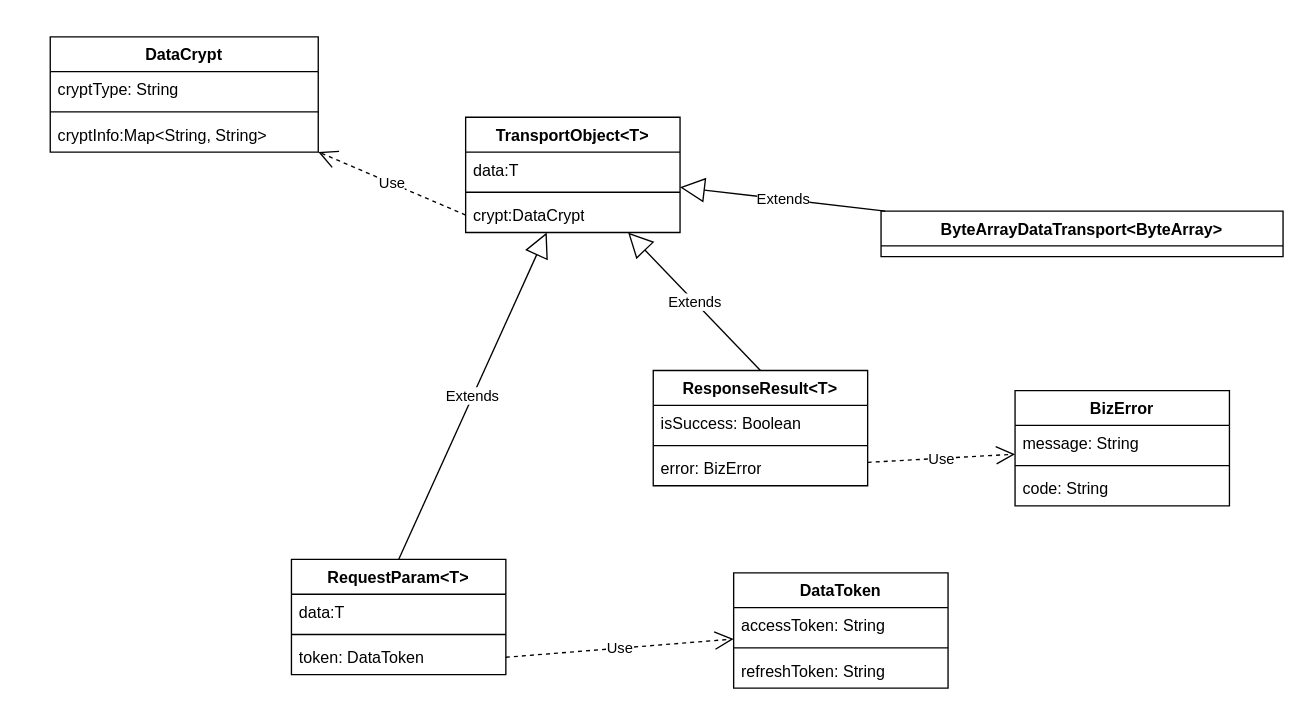
The draw.io diagram data_crypt.drawio in GhostMouse7369/drawio, before the edit. Source tidied: cells renumbered, new cells numbered last; positions are measured from the earlier drawing's top-left corner, leaving out a move shared by most shapes. Both pictures are drawn from the tidied source at 134%, with x=0, y=0 at pixel (50, 36).
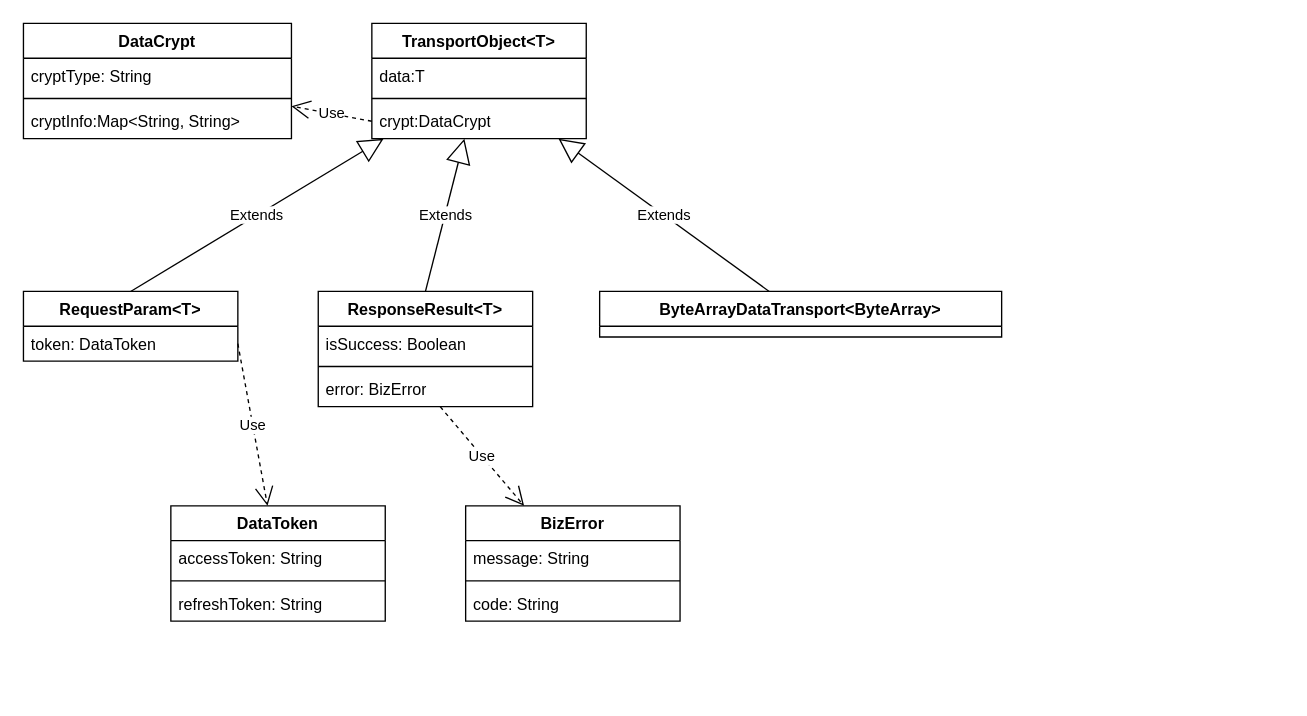
After the change.

Diff of the diagram source:
```diff
@@
     <mxCell id="2" value="TransportObject&amp;lt;T&amp;gt;" style="swimlane;fontStyle=1;align=center;verticalAlign=top;horizontal=1;startSize=26;whiteSpace=wrap;html=1;" parent="1" vertex="1">
-      <mxGeometry x="310" y="60" width="160" height="86" as="geometry" />
+      <mxGeometry x="240" y="-10" width="160" height="86" as="geometry" />
     </mxCell>
@@
     <mxCell id="6" value="DataCrypt" style="swimlane;fontStyle=1;align=center;verticalAlign=top;horizontal=1;startSize=26;whiteSpace=wrap;html=1;" parent="1" vertex="1">
-      <mxGeometry width="200" height="86" as="geometry" />
+      <mxGeometry x="-20" y="-10" width="200" height="86" as="geometry" />
     </mxCell>
@@
     <mxCell id="10" value="ResponseResult&amp;lt;T&amp;gt;" style="swimlane;fontStyle=1;align=center;verticalAlign=top;horizontal=1;startSize=26;whiteSpace=wrap;html=1;" parent="1" vertex="1">
-      <mxGeometry x="450" y="249" width="160" height="86" as="geometry" />
+      <mxGeometry x="200" y="190" width="160" height="86" as="geometry" />
     </mxCell>
@@
     <mxCell id="14" value="RequestParam&amp;lt;T&amp;gt;" style="swimlane;fontStyle=1;align=center;verticalAlign=top;horizontal=1;startSize=26;whiteSpace=wrap;html=1;" parent="1" vertex="1">
-      <mxGeometry x="180" y="390" width="160" height="86" as="geometry" />
+      <mxGeometry x="-20" y="190" width="160" height="52" as="geometry" />
     </mxCell>
-    <mxCell id="15" value="data:T" style="text;strokeColor=none;fillColor=none;align=left;verticalAlign=top;spacingLeft=4;spacingRight=4;overflow=hidden;whiteSpace=wrap;html=1;" parent="14" vertex="1">
-      <mxGeometry y="26" width="160" height="26" as="geometry" />
-    </mxCell>
-    <mxCell id="16" style="line;strokeWidth=1;fillColor=none;align=left;verticalAlign=middle;spacingTop=-1;spacingLeft=3;spacingRight=3;labelPosition=right;strokeColor=inherit;" parent="14" vertex="1">
-      <mxGeometry y="52" width="160" height="8" as="geometry" />
-    </mxCell>
     <mxCell id="17" value="token: DataToken" style="text;strokeColor=none;fillColor=none;align=left;verticalAlign=top;spacingLeft=4;spacingRight=4;overflow=hidden;points=[[0,0.5],[1,0.5]];portConstraint=eastwest;whiteSpace=wrap;html=1;" parent="14" vertex="1">
-      <mxGeometry y="60" width="160" height="26" as="geometry" />
+      <mxGeometry y="26" width="160" height="26" as="geometry" />
     </mxCell>
     <mxCell id="18" value="ByteArrayDataTransport&amp;lt;ByteArray&amp;gt;" style="swimlane;fontStyle=1;align=center;verticalAlign=top;horizontal=1;startSize=26;whiteSpace=wrap;html=1;" parent="1" vertex="1">
-      <mxGeometry x="620" y="130" width="300" height="34" as="geometry" />
+      <mxGeometry x="410" y="190" width="300" height="34" as="geometry" />
     </mxCell>
     <mxCell id="19" value="BizError" style="swimlane;fontStyle=1;align=center;verticalAlign=top;horizontal=1;startSize=26;whiteSpace=wrap;html=1;" parent="1" vertex="1">
-      <mxGeometry x="720" y="264" width="160" height="86" as="geometry" />
+      <mxGeometry x="310" y="350" width="160" height="86" as="geometry" />
     </mxCell>
@@
     <mxCell id="28" value="DataToken" style="swimlane;fontStyle=1;align=center;verticalAlign=top;horizontal=1;startSize=26;whiteSpace=wrap;html=1;" parent="1" vertex="1">
-      <mxGeometry x="510" y="400" width="160" height="86" as="geometry" />
+      <mxGeometry x="90" y="350" width="160" height="86" as="geometry" />
     </mxCell>
```
